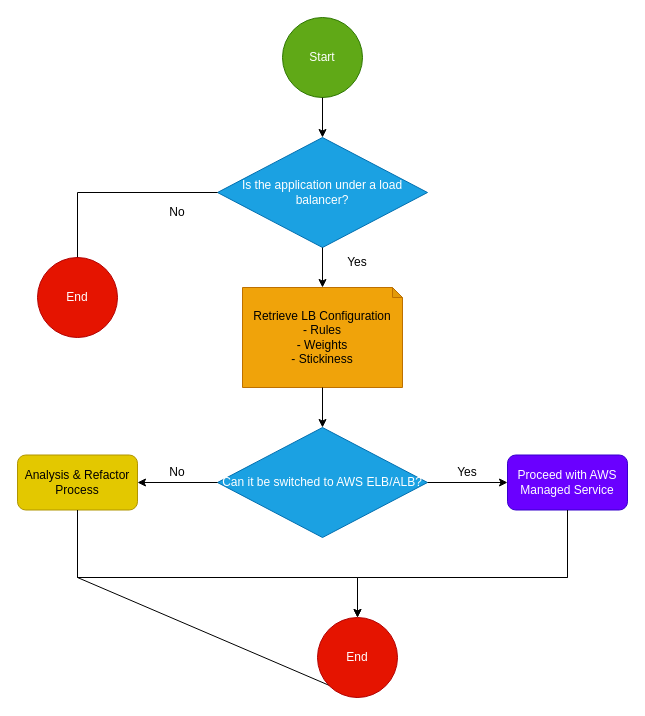
This is LB-DecisionTree.drawio from anthonygea/mycv, a draw.io file, before an edit. Source tidied: cells renumbered, new cells numbered last; positions are measured from the earlier drawing's top-left corner, leaving out a move shared by most shapes. Both pictures are drawn from the tidied source at 100%, with x=0, y=0 at pixel (17, 17).
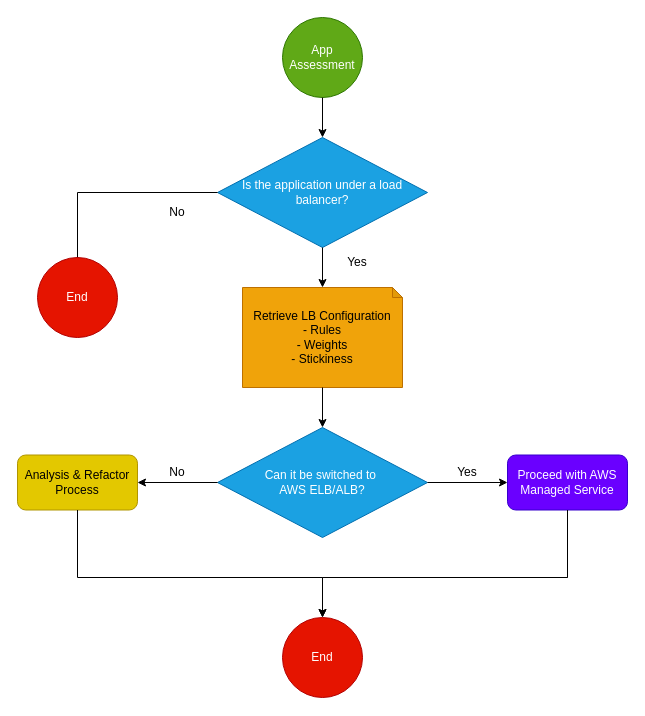
After the change.

Commit message:
Mettre à jour LB-DecisionTree.drawio

Unchanged cells that the change refers to:
```xml
<mxCell id="10" value="Proceed with AWS Managed Service" style="rounded=1;whiteSpace=wrap;html=1;fillColor=#6a00ff;fontColor=#ffffff;strokeColor=#3700CC;" parent="1" vertex="1">
  <mxGeometry x="490" y="437.5" width="120" height="55" as="geometry" />
</mxCell>
<mxCell id="12" value="Analysis &amp;amp; Refactor Process" style="rounded=1;whiteSpace=wrap;html=1;fillColor=#e3c800;fontColor=#000000;strokeColor=#B09500;" parent="1" vertex="1">
  <mxGeometry y="437.5" width="120" height="55" as="geometry" />
</mxCell>
```

Diff of the diagram source:
```diff
@@
-    <mxCell id="2" value="Start" style="ellipse;whiteSpace=wrap;html=1;fillColor=#60a917;fontColor=#ffffff;strokeColor=#2D7600;" parent="1" vertex="1">
+    <mxCell id="2" value="App Assessment" style="ellipse;whiteSpace=wrap;html=1;fillColor=#60a917;fontColor=#ffffff;strokeColor=#2D7600;" parent="1" vertex="1">
       <mxGeometry x="265" width="80" height="80" as="geometry" />
     </mxCell>
@@
-    <mxCell id="8" value="Can it be switched to AWS ELB/ALB?" style="rhombus;whiteSpace=wrap;html=1;fillColor=#1ba1e2;fontColor=#ffffff;strokeColor=#006EAF;" parent="1" vertex="1">
+    <mxCell id="8" value="Can it be switched to&amp;nbsp;&lt;div&gt;AWS ELB/ALB?&lt;/div&gt;" style="rhombus;whiteSpace=wrap;html=1;fillColor=#1ba1e2;fontColor=#ffffff;strokeColor=#006EAF;" parent="1" vertex="1">
       <mxGeometry x="200" y="410" width="210" height="110" as="geometry" />
     </mxCell>
@@
-    <mxCell id="20" style="endArrow=none;html=1;rounded=0;entryX=0.5;entryY=1;entryDx=0;entryDy=0;" parent="1" edge="1" source="12" target="21">
-      <mxGeometry relative="1" as="geometry">
-        <Array as="points">
-          <mxPoint x="60" y="560" />
-        </Array>
-      </mxGeometry>
-    </mxCell>
     <mxCell id="21" value="End" style="ellipse;whiteSpace=wrap;html=1;fillColor=#e51400;fontColor=#ffffff;strokeColor=#B20000;" parent="1" vertex="1">
-      <mxGeometry x="300" y="600" width="80" height="80" as="geometry" />
+      <mxGeometry x="265" y="600" width="80" height="80" as="geometry" />
     </mxCell>
     <mxCell id="22" style="endArrow=classic;html=1;rounded=0;" parent="1" edge="1" source="10" target="21">
       <mxGeometry relative="1" as="geometry">
         <Array as="points">
           <mxPoint x="550" y="560" />
-          <mxPoint x="340" y="560" />
+          <mxPoint x="305" y="560" />
         </Array>
       </mxGeometry>
     </mxCell>
     <mxCell id="23" style="endArrow=classic;html=1;rounded=0;" parent="1" edge="1" source="12" target="21">
       <mxGeometry relative="1" as="geometry">
         <Array as="points">
           <mxPoint x="60" y="560" />
-          <mxPoint x="340" y="560" />
+          <mxPoint x="305" y="560" />
         </Array>
       </mxGeometry>
     </mxCell>
```
